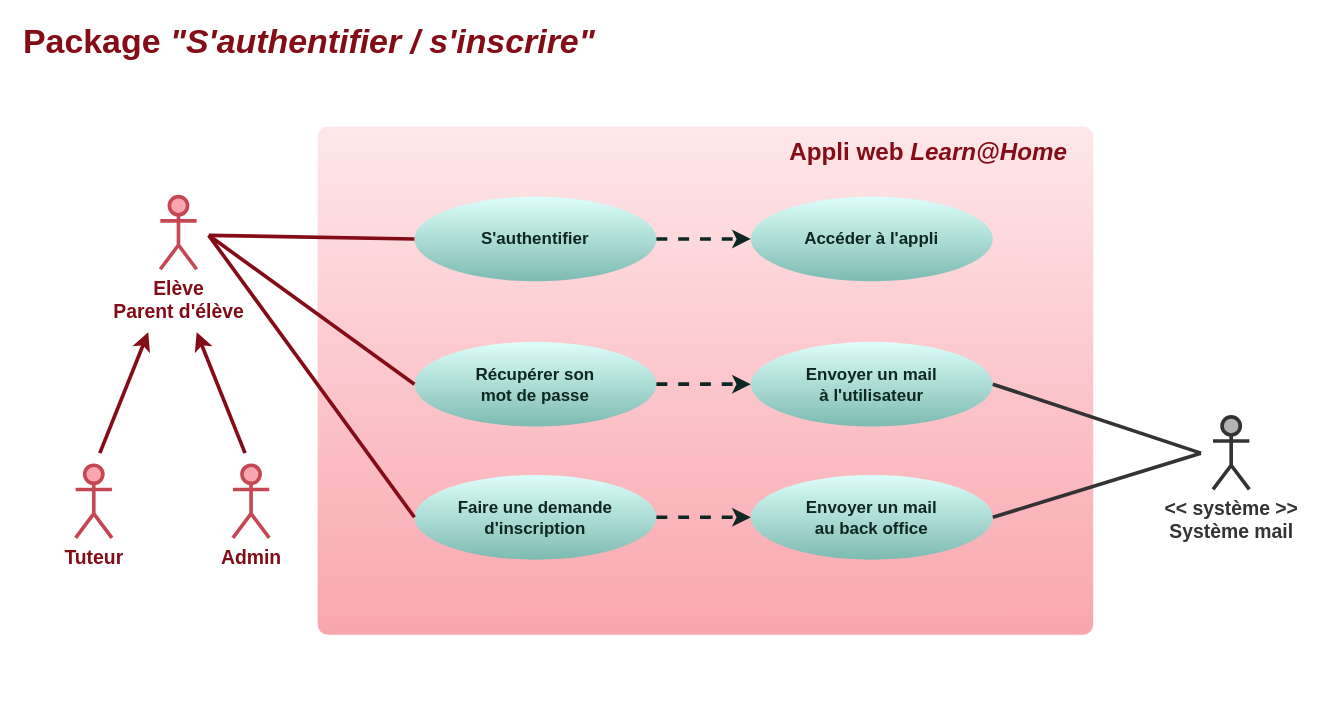
Before: doc/use-cases-authenticate.drawio in logic-fabric/LoicMangin_10_01052021, a draw.io diagram. Source tidied: cells renumbered, new cells numbered last; positions are measured from the earlier drawing's top-left corner, leaving out a move shared by most shapes. Both pictures are drawn from the tidied source at 121%, with x=0, y=0 at pixel (21, 29).
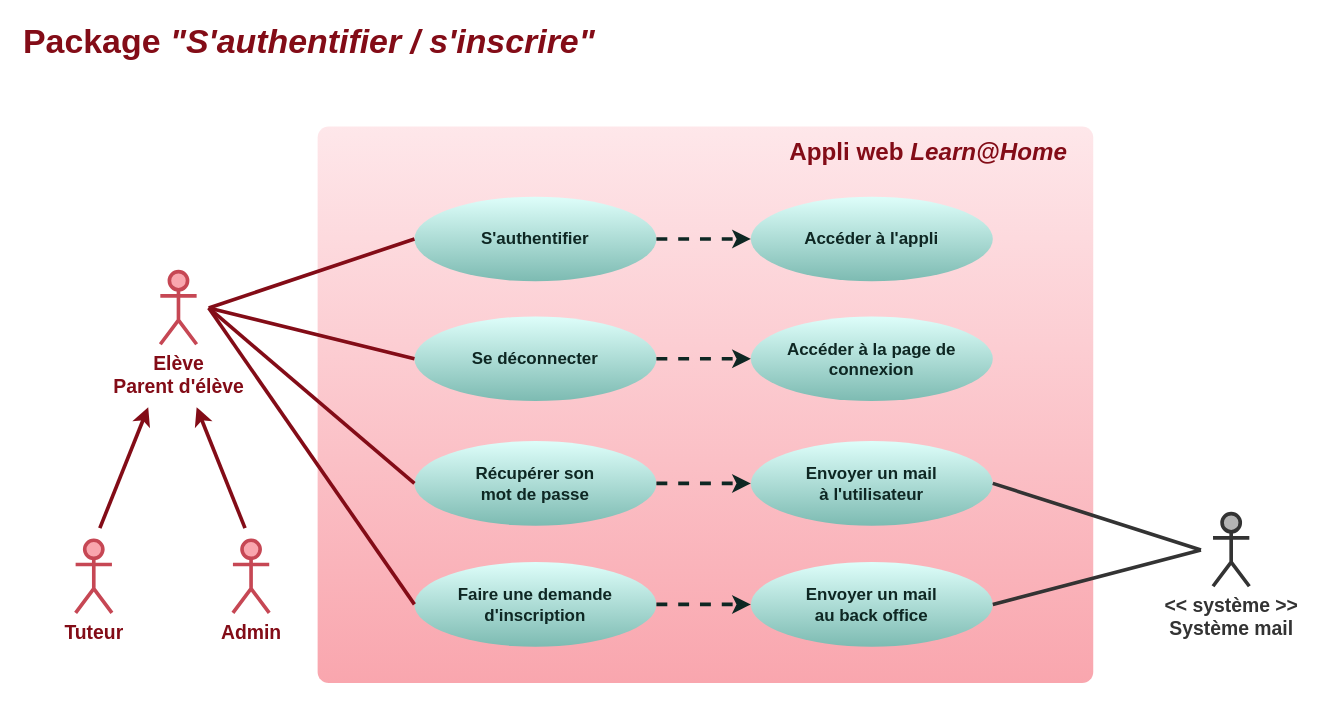
After the change.

Commit message (it also covers changes not shown here):
doc: update use cases diagrams (missing logout use case)

Unchanged cells that the change refers to:
```xml
<mxCell id="8" value="&lt;font size=&quot;1&quot;&gt;&lt;b style=&quot;font-size: 14px&quot;&gt;S'authentifier&lt;/b&gt;&lt;/font&gt;" style="ellipse;whiteSpace=wrap;html=1;rounded=1;strokeWidth=3;fontColor=#0e2723;strokeColor=none;fillColor=#defefa;gradientColor=#7dbbb2;" parent="1" vertex="1">
  <mxGeometry x="325" y="138" width="200" height="70" as="geometry" />
</mxCell>
```

Diff of the diagram source:
```diff
@@
     <mxCell id="2" value="&lt;font style=&quot;font-size: 16px&quot;&gt;Elève&lt;br&gt;Parent d'élève&lt;/font&gt;" style="shape=umlActor;verticalLabelPosition=bottom;verticalAlign=top;html=1;strokeWidth=3;strokeColor=#C64754;fillColor=#f9a6ae;fontColor=#830C17;fontStyle=1;" parent="1" vertex="1">
-      <mxGeometry x="115" y="138" width="30" height="60" as="geometry" />
+      <mxGeometry x="115" y="200" width="30" height="60" as="geometry" />
     </mxCell>
@@
     <mxCell id="4" style="rounded=1;whiteSpace=wrap;html=1;fontColor=#660000;strokeWidth=3;strokeColor=none;fillColor=#F9A6AE;gradientColor=#fee7ea;gradientDirection=north;arcSize=2;" parent="1" vertex="1">
-      <mxGeometry x="245" y="80" width="641" height="420" as="geometry" />
+      <mxGeometry x="245" y="80" width="641" height="460" as="geometry" />
     </mxCell>
     <mxCell id="5" value="&lt;font style=&quot;font-size: 16px&quot;&gt;Admin&lt;/font&gt;" style="shape=umlActor;verticalLabelPosition=bottom;verticalAlign=top;html=1;strokeWidth=3;strokeColor=#C64754;fillColor=#f9a6ae;fontColor=#830C17;fontStyle=1;" parent="1" vertex="1">
-      <mxGeometry x="175" y="360" width="30" height="60" as="geometry" />
+      <mxGeometry x="175" y="422" width="30" height="60" as="geometry" />
     </mxCell>
     <mxCell id="6" value="&lt;font style=&quot;font-size: 16px&quot;&gt;Tuteur&lt;br&gt;&lt;/font&gt;" style="shape=umlActor;verticalLabelPosition=bottom;verticalAlign=top;html=1;strokeWidth=3;strokeColor=#C64754;fillColor=#f9a6ae;fontColor=#830C17;fontStyle=1;" parent="1" vertex="1">
-      <mxGeometry x="45" y="360" width="30" height="60" as="geometry" />
+      <mxGeometry x="45" y="422" width="30" height="60" as="geometry" />
     </mxCell>
@@
     <mxCell id="9" value="&lt;font style=&quot;font-size: 14px&quot;&gt;&lt;b&gt;Récupérer son &lt;br&gt;mot de passe&lt;br&gt;&lt;/b&gt;&lt;/font&gt;" style="ellipse;whiteSpace=wrap;html=1;rounded=1;strokeWidth=3;fontColor=#0e2723;strokeColor=none;fillColor=#defefa;gradientColor=#7dbbb2;" parent="1" vertex="1">
-      <mxGeometry x="325" y="258" width="200" height="70" as="geometry" />
+      <mxGeometry x="325" y="340" width="200" height="70" as="geometry" />
     </mxCell>
     <mxCell id="10" value="&lt;font style=&quot;font-size: 14px&quot;&gt;&lt;b&gt;Faire une demande&lt;br&gt;d'inscription&lt;br&gt;&lt;/b&gt;&lt;/font&gt;" style="ellipse;whiteSpace=wrap;html=1;rounded=1;strokeWidth=3;fontColor=#0e2723;strokeColor=none;fillColor=#defefa;gradientColor=#7dbbb2;" parent="1" vertex="1">
-      <mxGeometry x="325" y="368" width="200" height="70" as="geometry" />
+      <mxGeometry x="325" y="440" width="200" height="70" as="geometry" />
     </mxCell>
     <mxCell id="11" value="&lt;font style=&quot;font-size: 14px&quot;&gt;&lt;b&gt;Envoyer un mail&lt;br&gt;à l'utilisateur&lt;br&gt;&lt;/b&gt;&lt;/font&gt;" style="ellipse;whiteSpace=wrap;html=1;rounded=1;strokeWidth=3;fontColor=#0e2723;strokeColor=none;fillColor=#defefa;gradientColor=#7dbbb2;" parent="1" vertex="1">
-      <mxGeometry x="603" y="258" width="200" height="70" as="geometry" />
+      <mxGeometry x="603" y="340" width="200" height="70" as="geometry" />
     </mxCell>
     <mxCell id="12" value="&lt;font style=&quot;font-size: 14px&quot;&gt;&lt;b&gt;Envoyer un mail&lt;br&gt;au back office&lt;br&gt;&lt;/b&gt;&lt;/font&gt;" style="ellipse;whiteSpace=wrap;html=1;rounded=1;strokeWidth=3;fontColor=#0e2723;strokeColor=none;fillColor=#defefa;gradientColor=#7dbbb2;" parent="1" vertex="1">
-      <mxGeometry x="603" y="368" width="200" height="70" as="geometry" />
+      <mxGeometry x="603" y="440" width="200" height="70" as="geometry" />
     </mxCell>
@@
     <mxCell id="15" style="endArrow=none;html=1;fontColor=#0e2723;strokeWidth=3;strokeColor=#830C17;exitX=0;exitY=0.5;exitDx=0;exitDy=0;" parent="1" edge="1" source="8">
       <mxGeometry relative="1" as="geometry">
-        <mxPoint x="155" y="170" as="targetPoint" />
+        <mxPoint x="155" y="230" as="targetPoint" />
       </mxGeometry>
     </mxCell>
     <mxCell id="16" style="endArrow=none;html=1;fontColor=#0e2723;strokeWidth=3;strokeColor=#830C17;exitX=0;exitY=0.5;exitDx=0;exitDy=0;" parent="1" edge="1" source="9">
       <mxGeometry relative="1" as="geometry">
-        <mxPoint x="155" y="170" as="targetPoint" />
+        <mxPoint x="155" y="230" as="targetPoint" />
       </mxGeometry>
     </mxCell>
     <mxCell id="17" style="endArrow=none;html=1;fontColor=#0e2723;strokeWidth=3;strokeColor=#830C17;exitX=0;exitY=0.5;exitDx=0;exitDy=0;" parent="1" edge="1" source="10">
       <mxGeometry relative="1" as="geometry">
-        <mxPoint x="155" y="170" as="targetPoint" />
+        <mxPoint x="155" y="230" as="targetPoint" />
       </mxGeometry>
     </mxCell>
@@
     <mxCell id="20" style="endArrow=classic;html=1;fontColor=#0e2723;strokeWidth=3;strokeColor=#830C17;" parent="1" edge="1">
       <mxGeometry relative="1" as="geometry">
-        <mxPoint x="65" y="350" as="sourcePoint" />
-        <mxPoint x="105" y="250" as="targetPoint" />
+        <mxPoint x="65" y="412" as="sourcePoint" />
+        <mxPoint x="105" y="312" as="targetPoint" />
       </mxGeometry>
     </mxCell>
     <mxCell id="21" style="endArrow=classic;html=1;fontColor=#0e2723;strokeWidth=3;strokeColor=#830C17;" parent="1" edge="1">
       <mxGeometry relative="1" as="geometry">
-        <mxPoint x="185" y="350" as="sourcePoint" />
-        <mxPoint x="145" y="250" as="targetPoint" />
+        <mxPoint x="185" y="412" as="sourcePoint" />
+        <mxPoint x="145" y="312" as="targetPoint" />
       </mxGeometry>
     </mxCell>
     <mxCell id="22" value="&lt;font style=&quot;font-size: 16px&quot;&gt;&amp;lt;&amp;lt; système &amp;gt;&amp;gt;&lt;br&gt;Système mail&lt;br&gt;&lt;/font&gt;" style="shape=umlActor;verticalLabelPosition=bottom;verticalAlign=top;html=1;strokeWidth=3;fontStyle=1;fontColor=#333333;strokeColor=#333333;fillColor=#B3B3B3;" parent="1" vertex="1">
-      <mxGeometry x="985" y="320" width="30" height="60" as="geometry" />
+      <mxGeometry x="985" y="400" width="30" height="60" as="geometry" />
     </mxCell>
     <mxCell id="23" style="endArrow=none;html=1;fontColor=#0e2723;strokeWidth=3;exitX=1;exitY=0.5;exitDx=0;exitDy=0;strokeColor=#333333;" parent="1" edge="1" source="11">
       <mxGeometry relative="1" as="geometry">
-        <mxPoint x="975" y="350" as="targetPoint" />
+        <mxPoint x="975" y="430" as="targetPoint" />
       </mxGeometry>
     </mxCell>
     <mxCell id="24" style="endArrow=none;html=1;fontColor=#0e2723;strokeWidth=3;exitX=1;exitY=0.5;exitDx=0;exitDy=0;strokeColor=#333333;" parent="1" edge="1" source="12">
       <mxGeometry relative="1" as="geometry">
-        <mxPoint x="975" y="350" as="targetPoint" />
+        <mxPoint x="975" y="430" as="targetPoint" />
       </mxGeometry>
     </mxCell>
+    <mxCell id="25" value="&lt;font size=&quot;1&quot;&gt;&lt;b style=&quot;font-size: 14px&quot;&gt;Se déconnecter&lt;/b&gt;&lt;/font&gt;" style="ellipse;whiteSpace=wrap;html=1;rounded=1;strokeWidth=3;fontColor=#0e2723;strokeColor=none;fillColor=#defefa;gradientColor=#7dbbb2;" parent="1" vertex="1">
+      <mxGeometry x="325" y="237" width="200" height="70" as="geometry" />
+    </mxCell>
+    <mxCell id="26" value="&lt;font size=&quot;1&quot;&gt;&lt;b style=&quot;font-size: 14px&quot;&gt;Accéder à la page de connexion&lt;/b&gt;&lt;/font&gt;" style="ellipse;whiteSpace=wrap;html=1;rounded=1;strokeWidth=3;fontColor=#0e2723;strokeColor=none;fillColor=#defefa;gradientColor=#7dbbb2;" parent="1" vertex="1">
+      <mxGeometry x="603" y="237" width="200" height="70" as="geometry" />
+    </mxCell>
+    <mxCell id="27" style="endArrow=classic;html=1;fontColor=#0e2723;strokeColor=#0E2723;strokeWidth=3;entryX=0;entryY=0.5;entryDx=0;entryDy=0;exitX=1;exitY=0.5;exitDx=0;exitDy=0;dashed=1;" parent="1" edge="1" source="25" target="26">
+      <mxGeometry relative="1" as="geometry" />
+    </mxCell>
+    <mxCell id="28" style="endArrow=none;html=1;fontColor=#0e2723;strokeWidth=3;strokeColor=#830C17;exitX=0;exitY=0.5;exitDx=0;exitDy=0;" parent="1" edge="1" source="25">
+      <mxGeometry relative="1" as="geometry">
+        <mxPoint x="155" y="230" as="targetPoint" />
+      </mxGeometry>
+    </mxCell>
```
